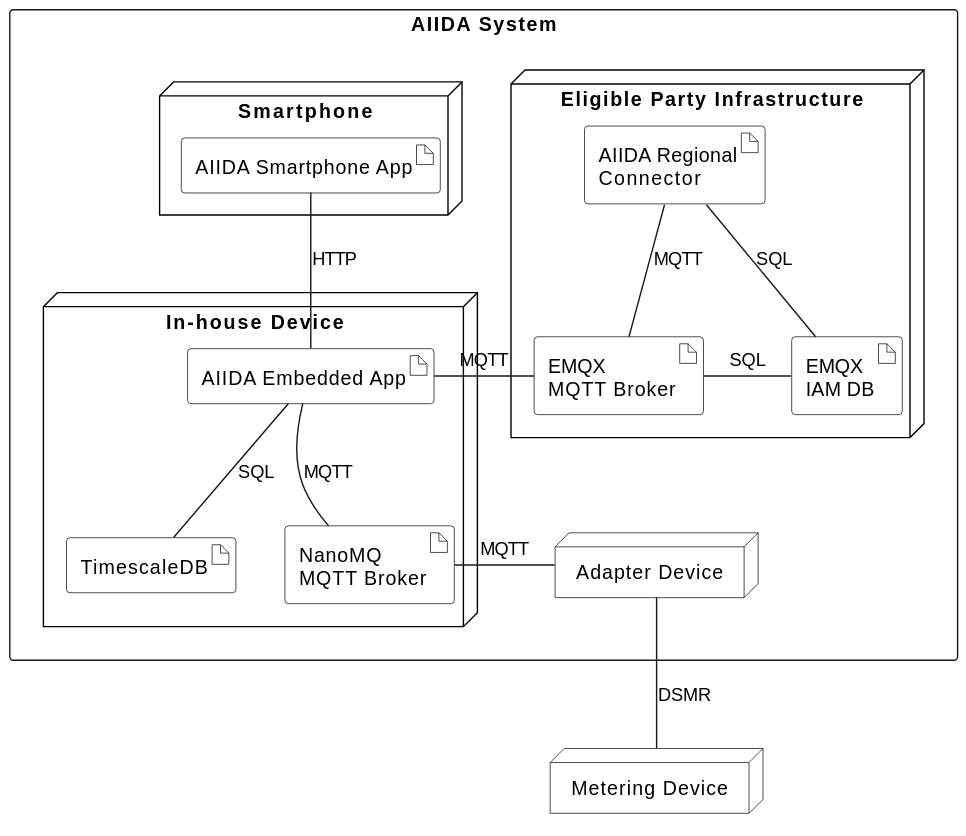
This is arc42/aiida/deployment-view/figures/aiida_deployment_view.svg from eddie-energy/architecture, a PlantUML export, as it was before one commit.
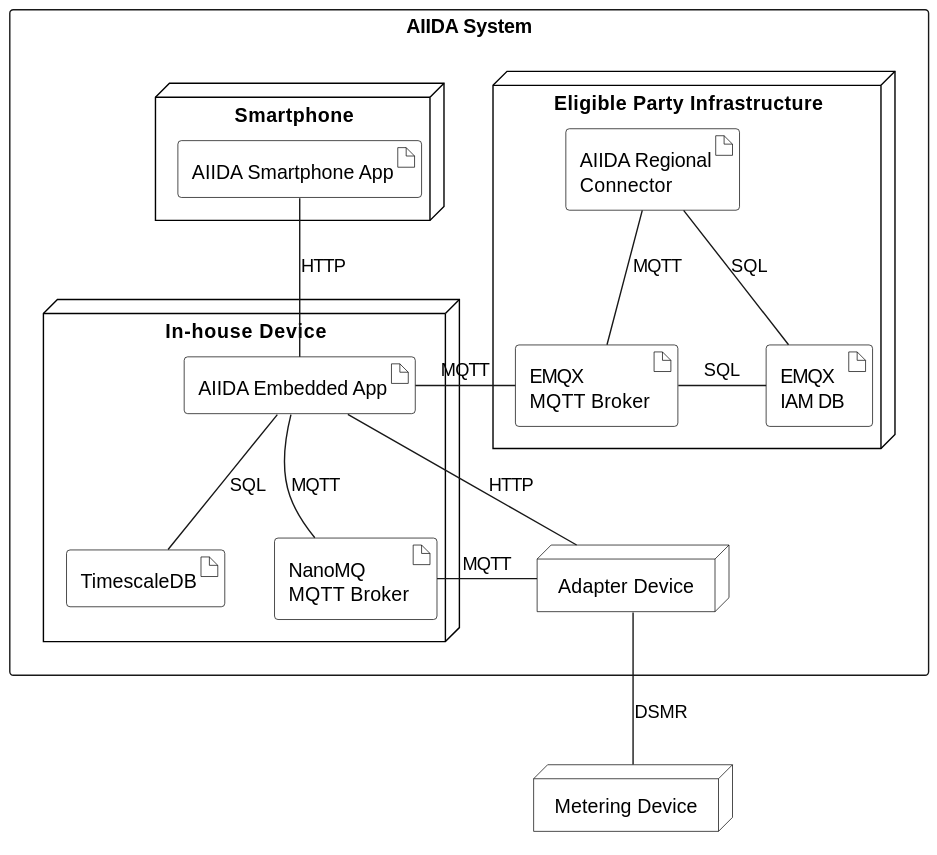
Above is the later version.

Commit message:
Resolve #99: Updated the text in whole section to highlight that an Adapter Device can be a different thing. Updated image in deployment view

Diff of the diagram source:
```diff
@@ -47,7 +47,7 @@
 }
 node "Metering Device" as smartmeter
 
-adapterDevice -[hidden]left- embapp
+adapterDevice -left- embapp : HTTP
 adapterDevice -left- nano : MQTT
 
 smartmeter -up- adapterDevice : DSMR
```
